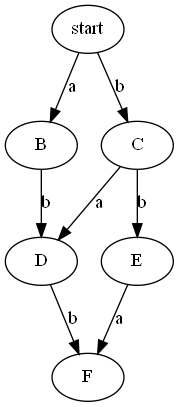
Earlier version of the Graphviz export examples/diamonds/indipendence_diamonds.dot.png (WilliamArnone/Tallulah). Its source is kept beside it as examples/diamonds/indipendence_diamonds.dot.
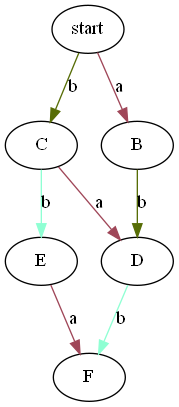
The same diagram one commit later.

Commit message:
diamonds example with color

What changed in the source:
```diff
@@ -1,59 +1,59 @@
 digraph G {
-	"start" -> "B" [label="a"]
-	"start" -> "C" [label="b"]
-	"E" -> "F" [label="a"]
-	"B" -> "D" [label="b"]
-	"C" -> "E" [label="b"]
-	"C" -> "D" [label="a"]
-	"D" -> "F" [label="b"]
+	"start" -> "C" [label="b", color="#576D06"]
+	"start" -> "B" [label="a", color="#9F4658"]
+	"C" -> "E" [label="b", color="#8FFFD3"]
+	"C" -> "D" [label="a", color="#9F4658"]
+	"B" -> "D" [label="b", color="#576D06"]
+	"E" -> "F" [label="a", color="#9F4658"]
+	"D" -> "F" [label="b", color="#8FFFD3"]
 }
  /*
-	< E -b-> C / < B -a-> start
+	< D -a-> C / > B -b-> D
+	< F -a-> E / < C -b-> start
+	> D -b-> F / > C -a-> D
+	> start -b-> C / < B -a-> start
+	< D -b-> B / > E -a-> F
+	< C -b-> start / < D -a-> C
+	> B -b-> D / < B -a-> start
+	< F -a-> E / > B -b-> D
+	< D -b-> B / < D -a-> C
+	> start -b-> C / > start -a-> B
+	> start -a-> B / > D -b-> F
+	> B -b-> D / > start -a-> B
+	> start -b-> C / < F -a-> E
+	> start -a-> B / < D -b-> B
+	> C -a-> D / > C -b-> E
+	< F -b-> D / > start -a-> B
+	> C -a-> D / < C -b-> start
+	> start -a-> B / > C -b-> E
+	< F -b-> D / < F -a-> E
+	> E -a-> F / > C -b-> E
+	> start -a-> B / < C -b-> start
+	> B -b-> D / > E -a-> F
 	> C -a-> D / > B -b-> D
+	> E -a-> F / < C -b-> start
+	< B -a-> start / < E -b-> C
+	< D -b-> B / > C -a-> D
+	> start -b-> C / < D -a-> C
+	< F -b-> D / > E -a-> F
+	> C -b-> E / < B -a-> start
+	> D -b-> F / > E -a-> F
+	< E -b-> C / < F -a-> E
+	> D -b-> F / < D -a-> C
+	> C -a-> D / < E -b-> C
+	< C -b-> start / < B -a-> start
+	< F -a-> E / > D -b-> F
+	> start -a-> B / < E -b-> C
+	< D -a-> C / < F -b-> D
+	> E -a-> F / < E -b-> C
+	< B -a-> start / > D -b-> F
+	> C -a-> D / > start -b-> C
+	< E -b-> C / < D -a-> C
+	< F -a-> E / < D -b-> B
 	< B -a-> start / < D -b-> B
-	< B -a-> start / > C -b-> E
-	> C -a-> D / < C -b-> start
-	> D -b-> F / > start -a-> B
-	> start -a-> B / > C -b-> E
-	< B -a-> start / > D -b-> F
-	> start -a-> B / < D -b-> B
-	< E -b-> C / < D -a-> C
-	< F -b-> D / > C -a-> D
-	> start -a-> B / > start -b-> C
-	< E -b-> C / < F -a-> E
-	< F -a-> E / < D -b-> B
-	< F -a-> E / > C -b-> E
-	> E -a-> F / < E -b-> C
-	< D -b-> B / > E -a-> F
-	> B -b-> D / > E -a-> F
-	< D -a-> C / < D -b-> B
-	< F -a-> E / > D -b-> F
-	< F -a-> E / > start -b-> C
-	< D -a-> C / > start -b-> C
-	> D -b-> F / > C -a-> D
-	> D -b-> F / < D -a-> C
-	> B -b-> D / > start -a-> B
-	> start -b-> C / < B -a-> start
-	> C -a-> D / < E -b-> C
-	> start -a-> B / < C -b-> start
-	< B -a-> start / < C -b-> start
-	> E -a-> F / > D -b-> F
-	< D -a-> C / > B -b-> D
-	< F -a-> E / > B -b-> D
-	> E -a-> F / > C -b-> E
-	> B -b-> D / < B -a-> start
 	> C -b-> E / < D -a-> C
 	> E -a-> F / > start -b-> C
-	> C -b-> E / > C -a-> D
-	< F -a-> E / < C -b-> start
-	< D -b-> B / > C -a-> D
+	< F -a-> E / > C -b-> E
+	< F -b-> D / > C -a-> D
 	< B -a-> start / < F -b-> D
-	< F -b-> D / > E -a-> F
-	> start -a-> B / < F -b-> D
-	< C -b-> start / < D -a-> C
-	> C -a-> D / > start -b-> C
-	< F -a-> E / < F -b-> D
-	> E -a-> F / < C -b-> start
-	> start -a-> B / < E -b-> C
-	< D -a-> C / < F -b-> D
 */
```
